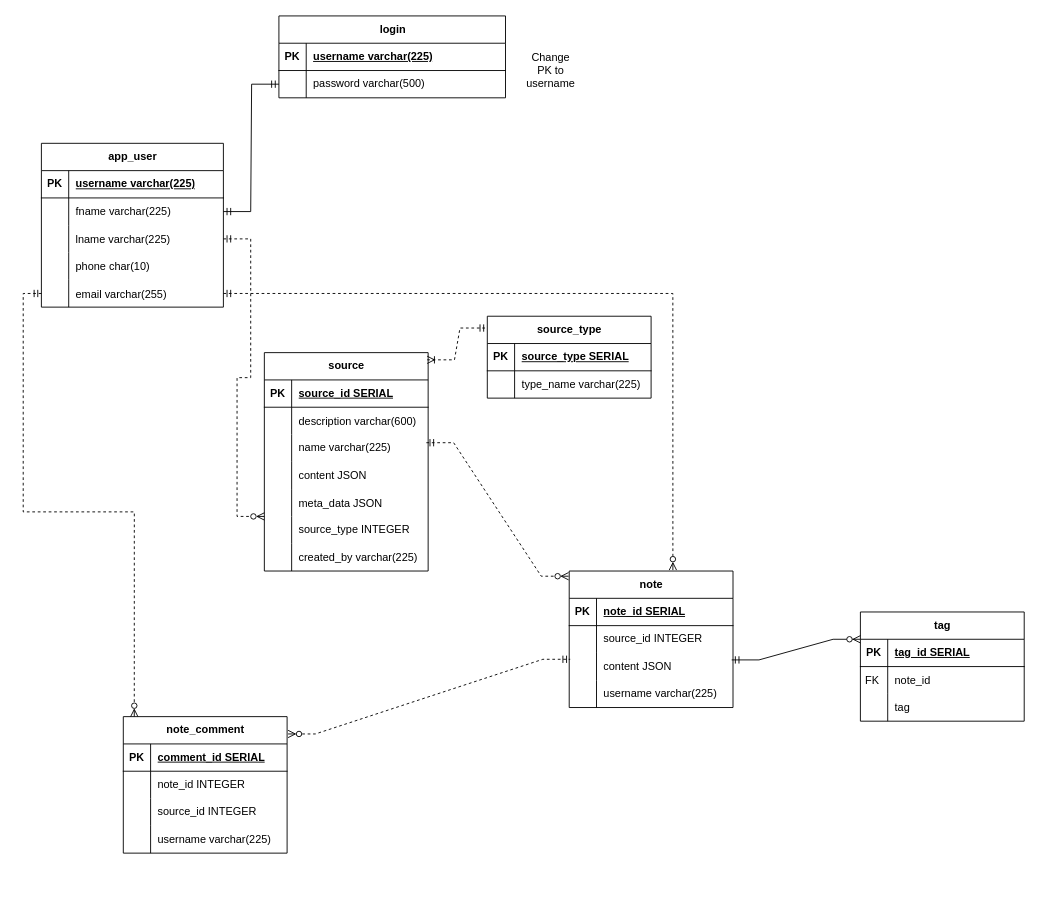
Earlier version of the draw.io diagram documentation/db_ER_diagram/CapstoneDB.drawio (Cwill124/Group3Spring2024Capstone). Source tidied: cells renumbered, new cells numbered last; positions are measured from the earlier drawing's top-left corner, leaving out a move shared by most shapes. Both pictures are drawn from the tidied source at 91%, with x=0, y=0 at pixel (41, 15).
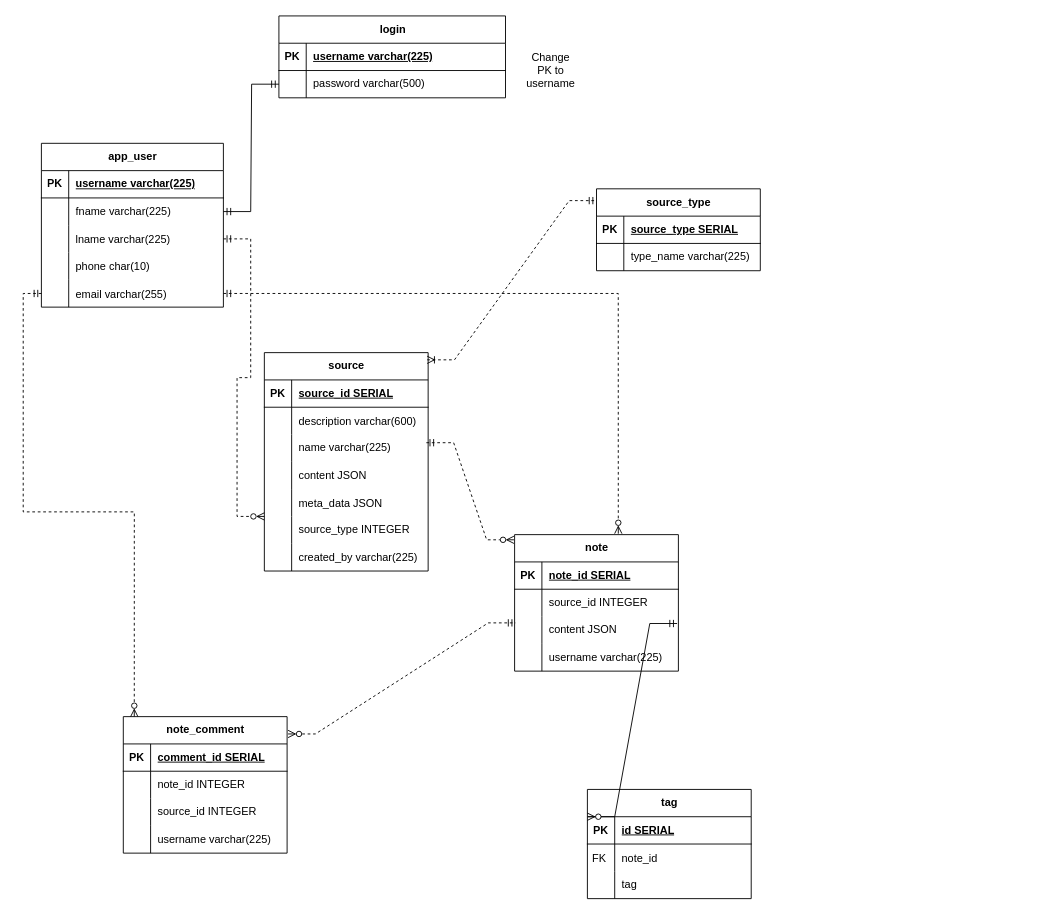
After the change.

Unchanged cells that the change refers to:
```xml
<mxCell id="89" style="shape=tableRow;horizontal=0;startSize=0;swimlaneHead=0;swimlaneBody=0;fillColor=none;top=0;left=0;right=0;bottom=1;" parent="88" vertex="1">
  <mxGeometry y="30" width="180" height="30" as="geometry" />
</mxCell>
```

The edit, as a diff of the source:
```diff
@@
     <mxCell id="47" value="source_type" style="shape=table;startSize=30;childLayout=tableLayout;rowLines=0;fontStyle=1;align=center;html=1;" parent="1" vertex="1">
-      <mxGeometry x="490" y="330" width="180" height="90" as="geometry" />
+      <mxGeometry x="610" y="190" width="180" height="90" as="geometry" />
     </mxCell>
@@
     <mxCell id="54" value="note" style="shape=table;startSize=30;childLayout=tableLayout;rowLines=0;fontStyle=1;align=center;html=1;" parent="1" vertex="1">
-      <mxGeometry x="580" y="610" width="180" height="150" as="geometry" />
+      <mxGeometry x="520" y="570" width="180" height="150" as="geometry" />
     </mxCell>
@@
     <mxCell id="88" value="tag" style="shape=table;startSize=30;childLayout=tableLayout;rowLines=0;fontStyle=1;align=center;html=1;" parent="1" vertex="1">
-      <mxGeometry x="900" y="655" width="180" height="120" as="geometry" />
+      <mxGeometry x="600" y="850" width="180" height="120" as="geometry" />
     </mxCell>
@@
-    <mxCell id="91" value="tag_id SERIAL" style="shape=partialRectangle;fillColor=none;top=0;left=0;bottom=0;right=0;align=left;spacingLeft=6;fontStyle=5;overflow=hidden;whiteSpace=wrap;html=1;" parent="89" vertex="1">
+    <mxCell id="91" value="id SERIAL" style="shape=partialRectangle;fillColor=none;top=0;left=0;bottom=0;right=0;align=left;spacingLeft=6;fontStyle=5;overflow=hidden;whiteSpace=wrap;html=1;" parent="89" vertex="1">
       <mxGeometry x="30" width="150" height="30" as="geometry" />
     </mxCell>
```
